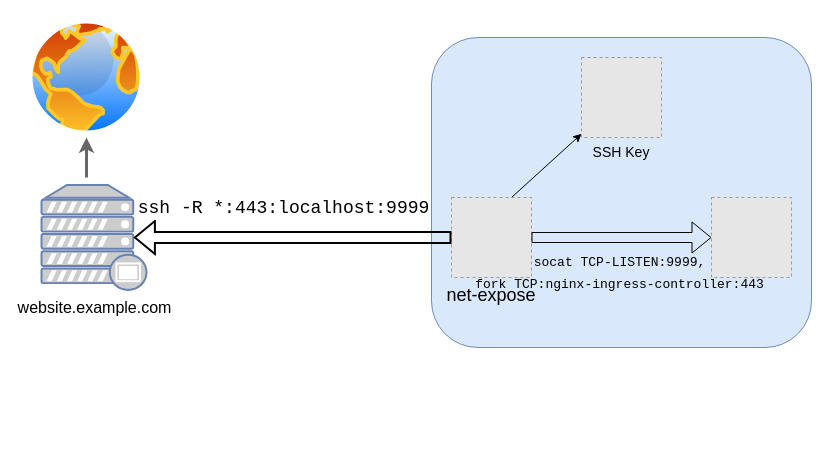
This is assets/net-expose-schematic-deep.drawio from operatorequals/k8s-net-expose, a draw.io file, before an edit. Source tidied: cells renumbered, new cells numbered last; positions are measured from the earlier drawing's top-left corner, leaving out a move shared by most shapes. Both pictures are drawn from the tidied source at 100%, with x=0, y=0 at pixel (26, 17). Pictures stored in the file or linked from it are replaced by grey dashed boxes.
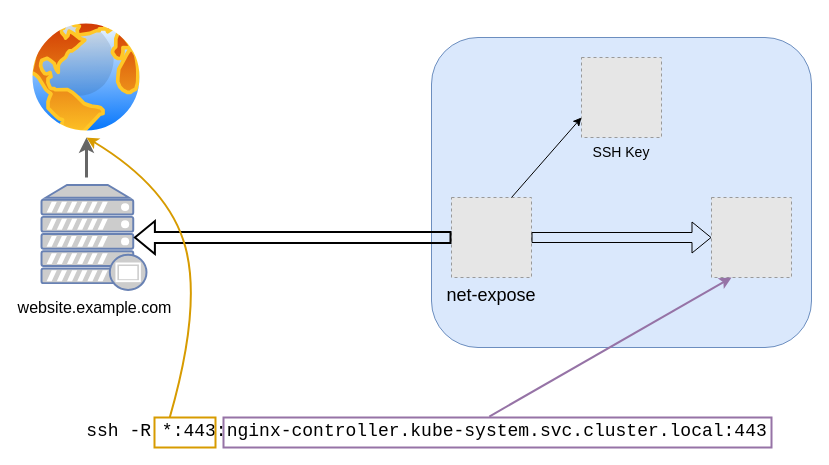
Above is the later version.

Diff of the diagram source:
```diff
@@
 <mxGraphModel>
   <root>
     <mxCell id="0" />
     <mxCell id="1" parent="0" />
     <mxCell id="2" style="rounded=1;whiteSpace=wrap;html=1;fontSize=18;fillColor=#dae8fc;strokeColor=#6c8ebf;" parent="1" vertex="1">
       <mxGeometry x="405" y="20" width="380" height="310" as="geometry" />
     </mxCell>
     <mxCell id="3" value="&lt;font style=&quot;font-size: 16px&quot;&gt;website.example.com&lt;/font&gt;" style="fontColor=#000000;verticalAlign=top;verticalLabelPosition=bottom;labelPosition=center;align=center;html=1;outlineConnect=0;fillColor=#CCCCCC;strokeColor=#6881B3;gradientColor=none;gradientDirection=north;strokeWidth=2;shape=mxgraph.networks.proxy_server;fontSize=18;" parent="1" vertex="1">
       <mxGeometry x="15" y="167.5" width="105" height="105" as="geometry" />
     </mxCell>
-    <mxCell id="4" value="&lt;font face=&quot;Courier New&quot; style=&quot;font-size: 13px&quot;&gt;socat&amp;nbsp;TCP-LISTEN:9999,&lt;br&gt;fork TCP:nginx-ingress-controller:443&lt;/font&gt;" style="text;html=1;align=center;verticalAlign=middle;labelBackgroundColor=#DAE8FC;fontSize=18;" parent="1" vertex="1">
-      <mxGeometry x="615" y="268" as="geometry">
-        <mxPoint x="-22.5" y="-15" as="offset" />
-      </mxGeometry>
-    </mxCell>
     <mxCell id="5" value="SSH Key" style="fillColor=#E6E6E6;strokeColor=#999999;dashed=1;verticalLabelPosition=bottom;verticalAlign=top;fontSize=14;" parent="1" vertex="1">
       <mxGeometry x="555" y="40" width="80" height="80" as="geometry" />
     </mxCell>
-    <mxCell id="6" style="endArrow=classic;html=1;strokeWidth=1;fontSize=14;exitX=0.75;exitY=0;exitDx=0;exitDy=0;" parent="1" edge="1" source="9" target="5">
-      <mxGeometry relative="1" as="geometry" />
-    </mxCell>
     <mxCell id="7" style="perimeter=ellipsePerimeter;html=1;align=center;shadow=0;dashed=0;spacingTop=3;image;image=img/lib/active_directory/internet_globe.svg;fontSize=18;fontColor=#000000;" parent="1" vertex="1">
       <mxGeometry width="120" height="120" as="geometry" />
     </mxCell>
     <mxCell id="8" style="endArrow=classic;html=1;strokeWidth=3;fontSize=18;fontColor=#000000;entryX=0.5;entryY=1;entryDx=0;entryDy=0;fillColor=#f5f5f5;strokeColor=#666666;" parent="1" edge="1" target="7">
       <mxGeometry relative="1" as="geometry">
         <mxPoint x="60" y="160" as="sourcePoint" />
       </mxGeometry>
     </mxCell>
     <mxCell id="9" value="net-expose" style="fillColor=#E6E6E6;strokeColor=#999999;dashed=1;verticalLabelPosition=bottom;verticalAlign=top;fontSize=18;" parent="1" vertex="1">
       <mxGeometry x="425" y="180" width="80" height="80" as="geometry" />
     </mxCell>
     <mxCell id="10" style="fillColor=#E6E6E6;strokeColor=#999999;dashed=1;verticalLabelPosition=bottom;verticalAlign=top;" parent="1" vertex="1">
       <mxGeometry x="685" y="180" width="80" height="80" as="geometry" />
     </mxCell>
     <mxCell id="11" style="edgeStyle=orthogonalEdgeStyle;rounded=0;jettySize=auto;html=1;entryX=0.88;entryY=0.5;entryDx=0;entryDy=0;entryPerimeter=0;shape=flexArrow;strokeWidth=2;" parent="1" edge="1" source="9" target="3">
       <mxGeometry relative="1" as="geometry" />
     </mxCell>
-    <mxCell id="12" value="&lt;font face=&quot;Courier New&quot;&gt;ssh -R *:443:localhost:9999&lt;/font&gt;" style="text;html=1;align=center;verticalAlign=middle;labelBackgroundColor=#ffffff;fontSize=18;" parent="11" vertex="1">
+    <mxCell id="12" value="&lt;font face=&quot;Courier New&quot; style=&quot;font-size: 18px&quot;&gt;ssh -R *:443:nginx-controller.kube-system.svc.cluster.local:443&lt;/font&gt;" style="text;html=1;align=center;verticalAlign=middle;labelBackgroundColor=#ffffff;fontSize=24;" parent="11" vertex="1">
       <mxGeometry x="-0.22" y="-5" relative="1" as="geometry">
-        <mxPoint x="-45" y="-25" as="offset" />
+        <mxPoint x="98" y="195" as="offset" />
       </mxGeometry>
     </mxCell>
     <mxCell id="13" style="edgeStyle=orthogonalEdgeStyle;shape=flexArrow;rounded=0;jettySize=auto;html=1;entryX=0;entryY=0.5;entryDx=0;entryDy=0;strokeWidth=1;fontSize=14;" parent="1" edge="1" source="9" target="10">
       <mxGeometry relative="1" as="geometry" />
     </mxCell>
+    <mxCell id="14" style="rounded=0;whiteSpace=wrap;html=1;fontFamily=Courier New;fontSize=24;fillColor=none;strokeColor=#d79b00;strokeWidth=2;" parent="1" vertex="1">
+      <mxGeometry x="128" y="400" width="61" height="30" as="geometry" />
+    </mxCell>
+    <mxCell id="15" style="endArrow=classic;html=1;fontFamily=Courier New;fontSize=24;exitX=0.25;exitY=0;exitDx=0;exitDy=0;entryX=0.5;entryY=1;entryDx=0;entryDy=0;strokeWidth=2;fillColor=#ffe6cc;strokeColor=#d79b00;curved=1;" parent="1" edge="1" source="14" target="7">
+      <mxGeometry relative="1" as="geometry">
+        <Array as="points">
+          <mxPoint x="175" y="290" />
+          <mxPoint x="143" y="170" />
+        </Array>
+      </mxGeometry>
+    </mxCell>
+    <mxCell id="16" style="rounded=0;whiteSpace=wrap;html=1;strokeWidth=2;fillColor=none;fontFamily=Courier New;fontSize=24;strokeColor=#9673a6;" parent="1" vertex="1">
+      <mxGeometry x="197" y="400" width="548" height="30" as="geometry" />
+    </mxCell>
+    <mxCell id="17" style="endArrow=classic;html=1;strokeWidth=2;fontFamily=Courier New;fontSize=24;entryX=0.25;entryY=1;entryDx=0;entryDy=0;fillColor=#e1d5e7;strokeColor=#9673a6;exitX=0.485;exitY=-0.033;exitDx=0;exitDy=0;exitPerimeter=0;" parent="1" edge="1" source="16" target="10">
+      <mxGeometry relative="1" as="geometry" />
+    </mxCell>
+    <mxCell id="6" style="endArrow=classic;html=1;strokeWidth=1;fontFamily=Courier New;fontSize=24;exitX=0.75;exitY=0;exitDx=0;exitDy=0;entryX=0;entryY=0.75;entryDx=0;entryDy=0;" parent="1" edge="1" source="9" target="5">
+      <mxGeometry relative="1" as="geometry" />
+    </mxCell>
   </root>
 </mxGraphModel>
```
